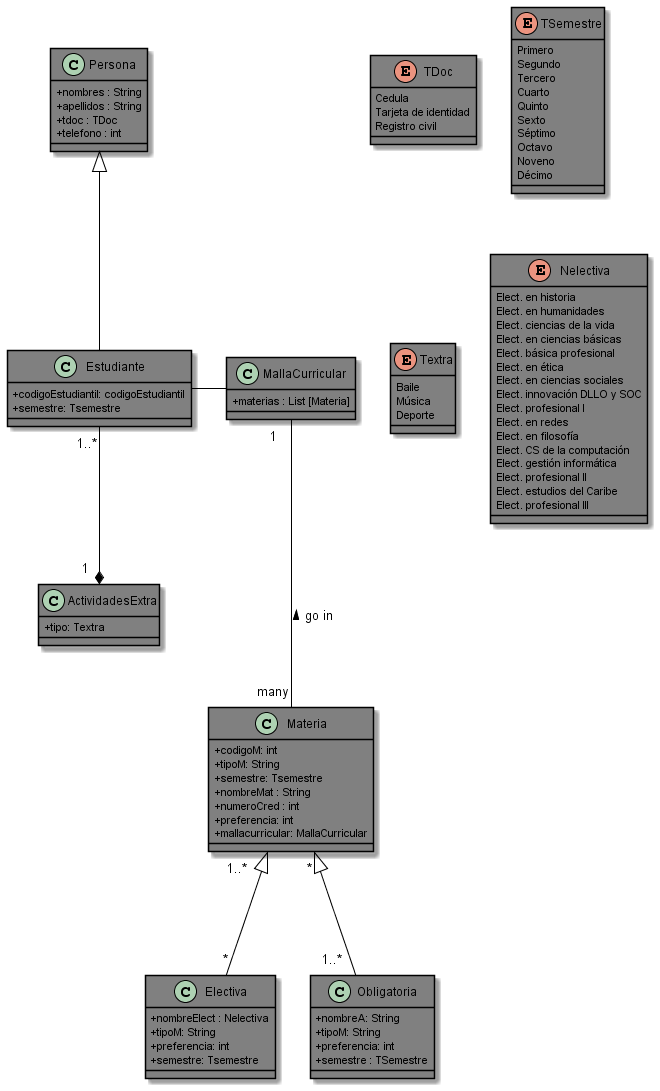
Earlier version of the PlantUML export DiagramaPhoto.png (ana03ap/iPensum). Its diagram source:
```plantuml
@startuml "Intento"

skinparam monochrome flase
skinparam handwritten false
skinparam shadowing true
skinparam StereotypeABackgroundColor true
skinparam classAttributeIconSize 0

skinparam class{

    BackgroundColor Gray
    BorderColor Black
    ArrowColor Black
}

class Persona {
    + nombres : String
    + apellidos : String
    + tdoc : TDoc
    + telefono : int
}

class Estudiante {
    + codigoEstudiantil: codigoEstudiantil
    + semestre: Tsemestre
}

class MallaCurricular {

    + materias : List [Materia]
}

class Materia {
    + codigoM: int
    + tipoM: String
    + semestre: Tsemestre
    + nombreMat : String
    + numeroCred : int
    + preferencia: int
    + mallacurricular: MallaCurricular
}


class Electiva {

    + nombreElect : Nelectiva
    + tipoM: String
    + preferencia: int
    + semestre: Tsemestre
}

Class Obligatoria {
    + nombreA: String
    + tipoM: String
    + preferencia: int
    + semestre : TSemestre
}

Class ActividadesExtra {
    + tipo: Textra
}

enum TDoc {
    Cedula
    Tarjeta de identidad
    Registro civil
}

enum TSemestre {
    Primero
    Segundo
    Tercero
    Cuarto
    Quinto
    Sexto
    Séptimo
    Octavo
    Noveno
    Décimo
}

enum Textra {
    Baile
    Música
    Deporte
}

enum Nelectiva {

    Elect. en historia
    Elect. en humanidades
    Elect. ciencias de la vida
    Elect. en ciencias básicas
    Elect. básica profesional
    Elect. en ética
    Elect. en ciencias sociales
    Elect. innovación DLLO y SOC
    Elect. profesional I
    Elect. en redes
    Elect. en filosofía
    Elect. CS de la computación
    Elect. gestión informática
    Elect. profesional II
    Elect. estudios del Caribe
    Elect. profesional III

}


Estudiante - MallaCurricular
MallaCurricular " 1   "--- "many" Materia :  < go in
Materia "  * " <|--- "  1..*  " Obligatoria
Materia "1..*    " <|--- "   *" Electiva
Persona <|-- Estudiante
Estudiante "1..*" --* "1  " ActividadesExtra


@enduml
```
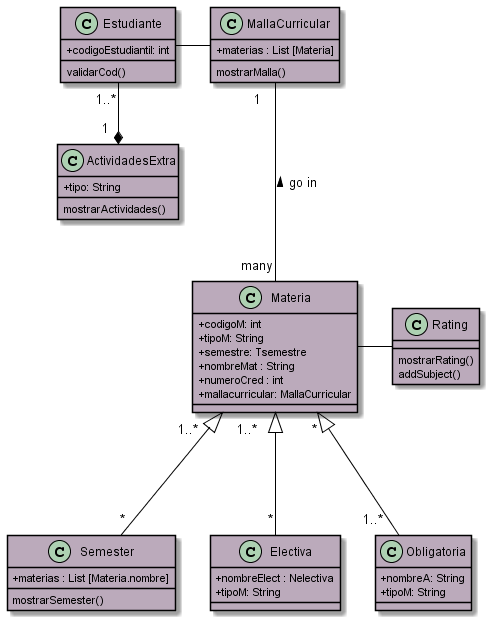
Later version of the same file.

What changed in the source:
```diff
@@ -1,4 +1,4 @@
-@startuml "Intento"
+@startuml "UML Project"
 
 skinparam monochrome flase
 skinparam handwritten false
@@ -8,111 +8,68 @@
 
 skinparam class{
 
-    BackgroundColor Gray
+    BackgroundColor bab
     BorderColor Black
     ArrowColor Black
 }
 
-class Persona {
-    + nombres : String
-    + apellidos : String
-    + tdoc : TDoc
-    + telefono : int
-}
 
 class Estudiante {
-    + codigoEstudiantil: codigoEstudiantil
-    + semestre: Tsemestre
-}
-
-class MallaCurricular {
-
-    + materias : List [Materia]
-}
-
-class Materia {
-    + codigoM: int
-    + tipoM: String
-    + semestre: Tsemestre
-    + nombreMat : String
-    + numeroCred : int
-    + preferencia: int
-    + mallacurricular: MallaCurricular
++ codigoEstudiantil: int
+validarCod()
 }
 
 
-class Electiva {
+class Materia {
++ codigoM: int
++ tipoM: String
++ semestre: Tsemestre
++ nombreMat : String
++ numeroCred : int
++ mallacurricular: MallaCurricular
+}
 
-    + nombreElect : Nelectiva
-    + tipoM: String
-    + preferencia: int
-    + semestre: Tsemestre
+Class MallaCurricular {
++ materias : List [Materia]
+mostrarMalla()
+}
+
+Class Semester {
++ materias : List [Materia.nombre]
+mostrarSemester()
+}
+
+
+Class Electiva {
++ nombreElect : Nelectiva
++ tipoM: String
 }
 
 Class Obligatoria {
-    + nombreA: String
-    + tipoM: String
-    + preferencia: int
-    + semestre : TSemestre
++ nombreA: String
++ tipoM: String
 }
 
 Class ActividadesExtra {
-    + tipo: Textra
++ tipo: String
+mostrarActividades()
 }
 
-enum TDoc {
-    Cedula
-    Tarjeta de identidad
-    Registro civil
+Class Rating {
+mostrarRating()
+addSubject()
 }
 
-enum TSemestre {
-    Primero
-    Segundo
-    Tercero
-    Cuarto
-    Quinto
-    Sexto
-    Séptimo
-    Octavo
-    Noveno
-    Décimo
-}
-
-enum Textra {
-    Baile
-    Música
-    Deporte
-}
-
-enum Nelectiva {
-
-    Elect. en historia
-    Elect. en humanidades
-    Elect. ciencias de la vida
-    Elect. en ciencias básicas
-    Elect. básica profesional
-    Elect. en ética
-    Elect. en ciencias sociales
-    Elect. innovación DLLO y SOC
-    Elect. profesional I
-    Elect. en redes
-    Elect. en filosofía
-    Elect. CS de la computación
-    Elect. gestión informática
-    Elect. profesional II
-    Elect. estudios del Caribe
-    Elect. profesional III
-
-}
 
 
 Estudiante - MallaCurricular
 MallaCurricular " 1   "--- "many" Materia :  < go in
 Materia "  * " <|--- "  1..*  " Obligatoria
 Materia "1..*    " <|--- "   *" Electiva
-Persona <|-- Estudiante
+Materia "1..*    " <|--- "   *" Semester
 Estudiante "1..*" --* "1  " ActividadesExtra
+Materia - Rating
+
 
 
 @enduml
```
